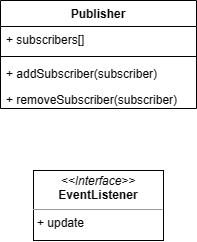
Earlier version of the draw.io export padroes-de-projetos/ObserverUml.png (MurilowJr/bertoti). Source tidied: cells renumbered, new cells last; positions are measured from the earlier drawing's top-left corner, leaving out a move shared by most shapes. The source it was exported from:
```xml
<mxGraphModel>
  <root>
    <mxCell id="0" />
    <mxCell id="1" parent="0" />
    <mxCell id="2" value="Publisher" style="swimlane;fontStyle=1;align=center;verticalAlign=top;horizontal=1;startSize=26;whiteSpace=wrap;html=1;swimlaneFillColor=default;" parent="1" vertex="1">
      <mxGeometry width="196" height="108" as="geometry" />
    </mxCell>
    <mxCell id="3" value="+ subscribers[]" style="text;align=left;verticalAlign=top;spacingLeft=4;spacingRight=4;overflow=hidden;whiteSpace=wrap;html=1;swimlaneFillColor=default;" parent="2" vertex="1">
      <mxGeometry y="26" width="196" height="26" as="geometry" />
    </mxCell>
    <mxCell id="4" style="line;strokeWidth=1;align=left;verticalAlign=middle;spacingTop=-1;spacingLeft=3;spacingRight=3;labelPosition=right;swimlaneFillColor=default;" parent="2" vertex="1">
      <mxGeometry y="52" width="196" height="8" as="geometry" />
    </mxCell>
    <mxCell id="5" value="+ addSubscriber(subscriber)" style="text;align=left;verticalAlign=top;spacingLeft=4;spacingRight=4;overflow=hidden;whiteSpace=wrap;html=1;swimlaneFillColor=default;" parent="2" vertex="1">
      <mxGeometry y="60" width="196" height="26" as="geometry" />
    </mxCell>
    <mxCell id="6" value="+ removeSubscriber(subscriber)" style="text;align=left;verticalAlign=top;spacingLeft=4;spacingRight=4;overflow=hidden;whiteSpace=wrap;html=1;swimlaneFillColor=default;" parent="2" vertex="1">
      <mxGeometry y="86" width="196" height="22" as="geometry" />
    </mxCell>
    <mxCell id="7" value="&lt;p style=&quot;margin:0px;margin-top:4px;text-align:center;&quot;&gt;&lt;i&gt;&amp;lt;&amp;lt;Interface&amp;gt;&amp;gt;&lt;/i&gt;&lt;br&gt;&lt;b&gt;EventListener&lt;/b&gt;&lt;/p&gt;&lt;hr size=&quot;1&quot;&gt;&lt;p style=&quot;margin:0px;margin-left:4px;&quot;&gt;+ update&lt;/p&gt;" style="verticalAlign=top;align=left;overflow=fill;fontSize=12;fontFamily=Helvetica;html=1;whiteSpace=wrap;" parent="1" vertex="1">
      <mxGeometry x="33" y="170" width="130" height="70" as="geometry" />
    </mxCell>
  </root>
</mxGraphModel>
```
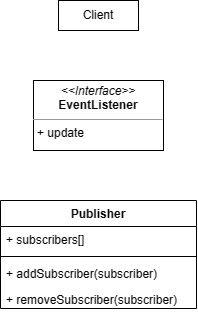
The same diagram one commit later.

Commit message:
att plus

The edit, as a diff of the source:
```diff
@@ -3,7 +3,7 @@
     <mxCell id="0" />
     <mxCell id="1" parent="0" />
     <mxCell id="2" value="Publisher" style="swimlane;fontStyle=1;align=center;verticalAlign=top;horizontal=1;startSize=26;whiteSpace=wrap;html=1;swimlaneFillColor=default;" parent="1" vertex="1">
-      <mxGeometry width="196" height="108" as="geometry" />
+      <mxGeometry y="100" width="196" height="108" as="geometry" />
     </mxCell>
     <mxCell id="3" value="+ subscribers[]" style="text;align=left;verticalAlign=top;spacingLeft=4;spacingRight=4;overflow=hidden;whiteSpace=wrap;html=1;swimlaneFillColor=default;" parent="2" vertex="1">
       <mxGeometry y="26" width="196" height="26" as="geometry" />
@@ -18,7 +18,10 @@
       <mxGeometry y="86" width="196" height="22" as="geometry" />
     </mxCell>
     <mxCell id="7" value="&lt;p style=&quot;margin:0px;margin-top:4px;text-align:center;&quot;&gt;&lt;i&gt;&amp;lt;&amp;lt;Interface&amp;gt;&amp;gt;&lt;/i&gt;&lt;br&gt;&lt;b&gt;EventListener&lt;/b&gt;&lt;/p&gt;&lt;hr size=&quot;1&quot;&gt;&lt;p style=&quot;margin:0px;margin-left:4px;&quot;&gt;+ update&lt;/p&gt;" style="verticalAlign=top;align=left;overflow=fill;fontSize=12;fontFamily=Helvetica;html=1;whiteSpace=wrap;" parent="1" vertex="1">
-      <mxGeometry x="33" y="170" width="130" height="70" as="geometry" />
+      <mxGeometry x="33" y="-20" width="130" height="70" as="geometry" />
     </mxCell>
+    <mxCell id="8" value="Client" style="html=1;whiteSpace=wrap;" parent="1" vertex="1">
+      <mxGeometry x="58" y="-100" width="80" height="30" as="geometry" />
+    </mxCell>
   </root>
 </mxGraphModel>
```
